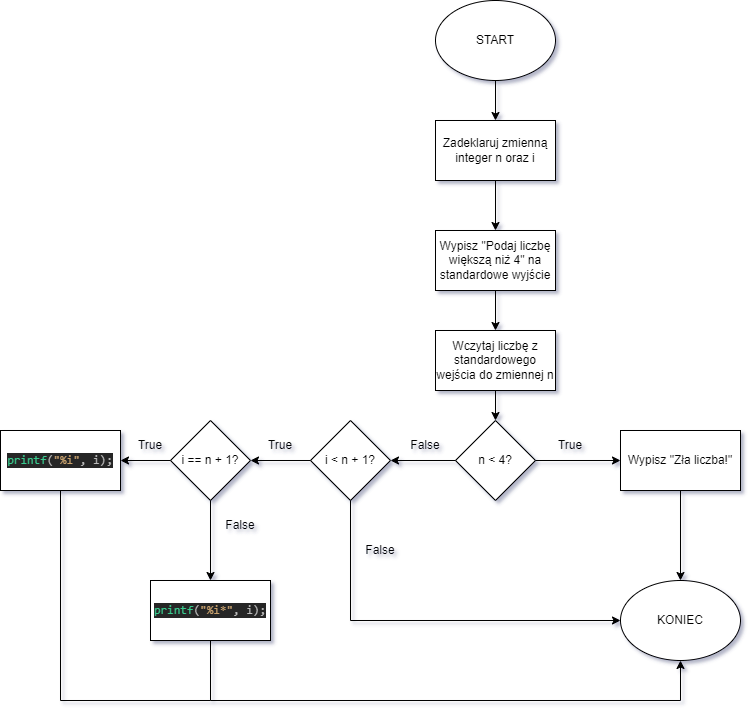
The draw.io diagram zad_3_diagram.png in akozdev/kolokwium_2, before a commit. Source tidied: cells renumbered, new cells last; positions are measured from the earlier drawing's top-left corner, leaving out a move shared by most shapes.
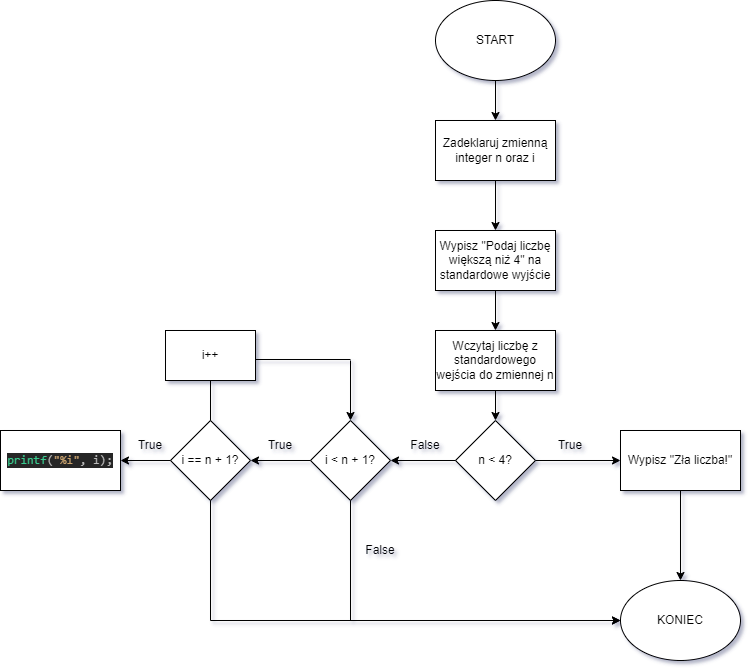
After the change.

Commit message:
Zmiana diagramu do zad 3

What changed in the source:
```diff
@@ -94,43 +94,35 @@
     <mxCell id="27" value="True" style="text;html=1;strokeColor=none;fillColor=none;align=center;verticalAlign=middle;whiteSpace=wrap;rounded=0;" parent="1" vertex="1">
       <mxGeometry x="120" y="430" width="60" height="30" as="geometry" />
     </mxCell>
-    <mxCell id="28" style="endArrow=classic;html=1;rounded=0;exitX=0.5;exitY=1;exitDx=0;exitDy=0;" parent="1" edge="1" source="23">
-      <mxGeometry relative="1" as="geometry">
-        <mxPoint x="210" y="580" as="targetPoint" />
-      </mxGeometry>
-    </mxCell>
-    <mxCell id="29" value="False" style="text;html=1;strokeColor=none;fillColor=none;align=center;verticalAlign=middle;whiteSpace=wrap;rounded=0;" parent="1" vertex="1">
-      <mxGeometry x="210" y="510" width="60" height="30" as="geometry" />
-    </mxCell>
-    <mxCell id="30" value="&lt;pre style=&quot;background-color: #262626 ; color: #d0d0d0 ; font-family: &amp;#34;jetbrains mono&amp;#34; , monospace ; font-size: 9 0pt&quot;&gt;&lt;span style=&quot;color: #39cc8f&quot;&gt;printf&lt;/span&gt;&lt;span style=&quot;color: #bdbdbd&quot;&gt;(&lt;/span&gt;&lt;span style=&quot;color: #c9a26d&quot;&gt;&quot;%i*&quot;&lt;/span&gt;&lt;span style=&quot;color: #bdbdbd&quot;&gt;, i);&lt;/span&gt;&lt;/pre&gt;" style="rounded=0;whiteSpace=wrap;html=1;" parent="1" vertex="1">
-      <mxGeometry x="150" y="580" width="120" height="60" as="geometry" />
-    </mxCell>
-    <mxCell id="31" style="endArrow=none;html=1;rounded=0;exitX=0.5;exitY=1;exitDx=0;exitDy=0;" parent="1" edge="1" source="30">
-      <mxGeometry relative="1" as="geometry">
-        <mxPoint x="210" y="700" as="targetPoint" />
-      </mxGeometry>
-    </mxCell>
-    <mxCell id="32" style="endArrow=none;html=1;rounded=0;" parent="1" edge="1">
-      <mxGeometry relative="1" as="geometry">
-        <mxPoint x="210" y="700" as="sourcePoint" />
-        <mxPoint x="680" y="700" as="targetPoint" />
-      </mxGeometry>
-    </mxCell>
-    <mxCell id="33" style="endArrow=classic;html=1;rounded=0;" parent="1" edge="1" target="18">
-      <mxGeometry relative="1" as="geometry">
-        <mxPoint x="680" y="700" as="sourcePoint" />
-      </mxGeometry>
-    </mxCell>
-    <mxCell id="34" style="endArrow=none;html=1;rounded=0;exitX=0.5;exitY=1;exitDx=0;exitDy=0;" parent="1" edge="1" source="26">
-      <mxGeometry relative="1" as="geometry">
-        <mxPoint x="60" y="700" as="targetPoint" />
-      </mxGeometry>
-    </mxCell>
-    <mxCell id="35" style="endArrow=none;html=1;rounded=0;" parent="1" edge="1">
-      <mxGeometry relative="1" as="geometry">
-        <mxPoint x="60" y="700" as="sourcePoint" />
-        <mxPoint x="210" y="700" as="targetPoint" />
-      </mxGeometry>
-    </mxCell>
+    <mxCell id="36" style="endArrow=none;html=1;rounded=0;exitX=0.5;exitY=0;exitDx=0;exitDy=0;" parent="1" edge="1" source="23">
+      <mxGeometry relative="1" as="geometry">
+        <mxPoint x="210" y="380" as="targetPoint" />
+      </mxGeometry>
+    </mxCell>
+    <mxCell id="37" value="i++" style="rounded=0;whiteSpace=wrap;html=1;" parent="1" vertex="1">
+      <mxGeometry x="165" y="330" width="90" height="50" as="geometry" />
+    </mxCell>
+    <mxCell id="38" style="endArrow=none;html=1;rounded=0;exitX=1;exitY=0.5;exitDx=0;exitDy=0;" parent="1" edge="1">
+      <mxGeometry relative="1" as="geometry">
+        <mxPoint x="255" y="359" as="sourcePoint" />
+        <mxPoint x="350" y="359" as="targetPoint" />
+      </mxGeometry>
+    </mxCell>
+    <mxCell id="39" style="endArrow=none;html=1;rounded=0;exitX=0.5;exitY=1;exitDx=0;exitDy=0;" parent="1" edge="1" source="23">
+      <mxGeometry relative="1" as="geometry">
+        <mxPoint x="210" y="620" as="targetPoint" />
+      </mxGeometry>
+    </mxCell>
+    <mxCell id="40" style="endArrow=classic;html=1;rounded=0;" parent="1" edge="1">
+      <mxGeometry relative="1" as="geometry">
+        <mxPoint x="210" y="620" as="sourcePoint" />
+        <mxPoint x="620" y="620" as="targetPoint" />
+      </mxGeometry>
+    </mxCell>
+    <mxCell id="41" style="endArrow=classic;html=1;rounded=0;" parent="1" edge="1" target="16">
+      <mxGeometry relative="1" as="geometry">
+        <mxPoint x="350" y="360" as="sourcePoint" />
+      </mxGeometry>
+    </mxCell>
   </root>
 </mxGraphModel>
```
